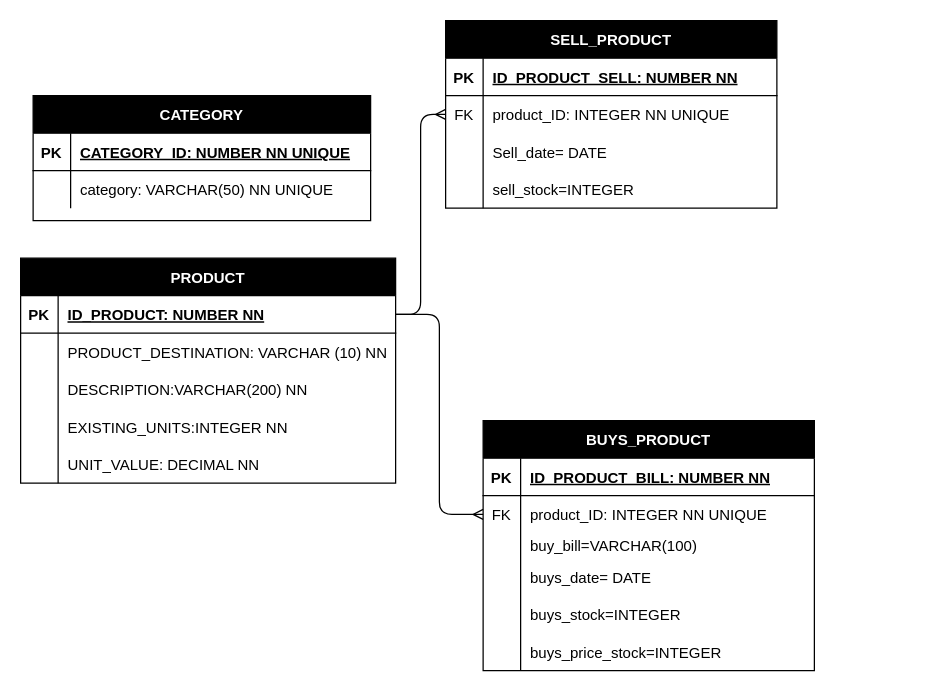
Above: ER.drawio in MatheoArias/api_workshop (draw.io), before the change. Source tidied: cells renumbered, new cells numbered last; positions are measured from the earlier drawing's top-left corner, leaving out a move shared by most shapes. Both pictures are drawn from the tidied source at 125%, with x=0, y=0 at pixel (20, 20).
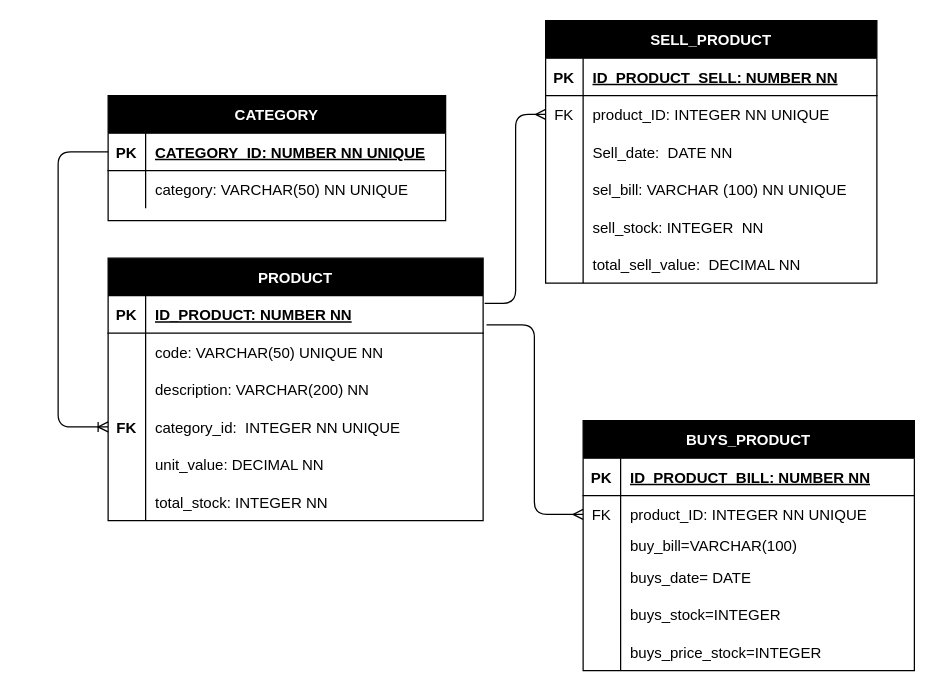
Above is the later version.

Unchanged cells that the change refers to:
```xml
<mxCell id="6" style="shape=partialRectangle;fillColor=none;top=0;left=0;bottom=0;right=0;points=[[0,0.5],[1,0.5]];portConstraint=eastwest;fontColor=#000000;strokeColor=#000000;" parent="2" vertex="1">
  <mxGeometry y="60" width="265" height="30" as="geometry" />
</mxCell>
<mxCell id="22" style="shape=partialRectangle;fillColor=none;top=0;left=0;bottom=1;right=0;points=[[0,0.5],[1,0.5]];portConstraint=eastwest;" parent="21" vertex="1">
  <mxGeometry y="30" width="300" height="30" as="geometry" />
</mxCell>
<mxCell id="25" style="shape=partialRectangle;fillColor=none;top=0;left=0;bottom=0;right=0;fontColor=#000000;strokeColor=#000000;" parent="21" vertex="1">
  <mxGeometry y="60" width="300" height="30" as="geometry" />
</mxCell>
<mxCell id="28" style="shape=partialRectangle;fillColor=none;top=0;left=0;bottom=0;right=0;" parent="21" vertex="1">
  <mxGeometry y="90" width="300" height="30" as="geometry" />
</mxCell>
<mxCell id="31" style="shape=partialRectangle;fillColor=none;top=0;left=0;bottom=0;right=0;points=[[0,0.5],[1,0.5]];portConstraint=eastwest;" parent="21" vertex="1">
  <mxGeometry y="120" width="300" height="30" as="geometry" />
</mxCell>
<mxCell id="34" style="shape=partialRectangle;fillColor=none;top=0;left=0;bottom=0;right=0;" parent="21" vertex="1">
  <mxGeometry y="150" width="300" height="30" as="geometry" />
</mxCell>
<mxCell id="38" style="shape=partialRectangle;fillColor=none;top=0;left=0;bottom=1;right=0;points=[[0,0.5],[1,0.5]];portConstraint=eastwest;" parent="37" vertex="1">
  <mxGeometry y="30" width="270" height="30" as="geometry" />
</mxCell>
<mxCell id="49" style="shape=partialRectangle;fillColor=none;top=0;left=0;bottom=0;right=0;points=[[0,0.5],[1,0.5]];portConstraint=eastwest;fontColor=#000000;strokeColor=#000000;" parent="45" vertex="1">
  <mxGeometry y="60" width="265" height="30" as="geometry" />
</mxCell>
<mxCell id="52" style="shape=partialRectangle;fillColor=none;top=0;left=0;bottom=0;right=0;" parent="45" vertex="1">
  <mxGeometry y="90" width="265" height="30" as="geometry" />
</mxCell>
```

The edit, as a diff of the source:
```diff
@@
     <mxCell id="2" value="BUYS_PRODUCT" style="shape=table;startSize=30;childLayout=tableLayout;rowLines=0;fontStyle=1;align=center;fillColor=#000000;fontColor=#FFFFFF;strokeColor=#000000;" parent="1" vertex="1">
-      <mxGeometry x="370" y="320" width="265" height="200" as="geometry" />
+      <mxGeometry x="450" y="320" width="265" height="200" as="geometry" />
     </mxCell>
@@
     <mxCell id="21" value="PRODUCT" style="shape=table;startSize=30;childLayout=tableLayout;rowLines=0;fontStyle=1;align=center;fillColor=#000000;fontColor=#FFFFFF;strokeColor=#000000;" parent="1" vertex="1">
-      <mxGeometry y="190" width="300" height="180" as="geometry" />
+      <mxGeometry x="70" y="190" width="300" height="210" as="geometry" />
     </mxCell>
@@
-    <mxCell id="27" value="PRODUCT_DESTINATION: VARCHAR (10) NN" style="shape=partialRectangle;fillColor=none;top=0;left=0;bottom=0;right=0;align=left;spacingLeft=6;overflow=hidden;fontColor=#000000;strokeColor=#000000;" parent="25" vertex="1">
+    <mxCell id="27" value="code: VARCHAR(50) UNIQUE NN " style="shape=partialRectangle;fillColor=none;top=0;left=0;bottom=0;right=0;align=left;spacingLeft=6;overflow=hidden;fontColor=#000000;strokeColor=#000000;" parent="25" vertex="1">
       <mxGeometry x="30" width="270" height="30" as="geometry" />
     </mxCell>
@@
-    <mxCell id="30" value="DESCRIPTION:VARCHAR(200) NN" style="shape=partialRectangle;fillColor=none;top=0;left=0;bottom=0;right=0;align=left;spacingLeft=6;overflow=hidden;fontColor=#000000;" parent="28" vertex="1">
+    <mxCell id="30" value="description: VARCHAR(200) NN" style="shape=partialRectangle;fillColor=none;top=0;left=0;bottom=0;right=0;align=left;spacingLeft=6;overflow=hidden;fontColor=#000000;" parent="28" vertex="1">
       <mxGeometry x="30" width="270" height="30" as="geometry" />
     </mxCell>
@@
-    <mxCell id="32" style="shape=partialRectangle;fillColor=none;top=0;left=0;bottom=0;right=0;overflow=hidden;" parent="31" vertex="1">
+    <mxCell id="32" value="FK" style="shape=partialRectangle;fillColor=none;top=0;left=0;bottom=0;right=0;overflow=hidden;fontColor=#000000;fontStyle=1;" parent="31" vertex="1">
       <mxGeometry width="30" height="30" as="geometry" />
     </mxCell>
-    <mxCell id="33" value="EXISTING_UNITS:INTEGER NN" style="shape=partialRectangle;fillColor=none;top=0;left=0;bottom=0;right=0;align=left;spacingLeft=6;overflow=hidden;fontColor=#000000;" parent="31" vertex="1">
+    <mxCell id="33" value="category_id:  INTEGER NN UNIQUE " style="shape=partialRectangle;fillColor=none;top=0;left=0;bottom=0;right=0;align=left;spacingLeft=6;overflow=hidden;fontColor=#000000;" parent="31" vertex="1">
       <mxGeometry x="30" width="270" height="30" as="geometry" />
     </mxCell>
@@
-    <mxCell id="36" value="UNIT_VALUE: DECIMAL NN" style="shape=partialRectangle;fillColor=none;top=0;left=0;bottom=0;right=0;align=left;spacingLeft=6;overflow=hidden;fontColor=#000000;" parent="34" vertex="1">
+    <mxCell id="36" value="unit_value: DECIMAL NN" style="shape=partialRectangle;fillColor=none;top=0;left=0;bottom=0;right=0;align=left;spacingLeft=6;overflow=hidden;fontColor=#000000;" parent="34" vertex="1">
       <mxGeometry x="30" width="270" height="30" as="geometry" />
     </mxCell>
+    <mxCell id="59" style="shape=tableRow;horizontal=0;startSize=0;swimlaneHead=0;swimlaneBody=0;fillColor=none;top=0;left=0;right=0;bottom=0;strokeColor=#000000;fontColor=#000000;" parent="21" vertex="1">
+      <mxGeometry y="180" width="300" height="30" as="geometry" />
+    </mxCell>
+    <mxCell id="60" style="shape=partialRectangle;fillColor=none;top=0;left=0;bottom=0;right=0;overflow=hidden;strokeColor=#000000;fontColor=#000000;" parent="59" vertex="1">
+      <mxGeometry width="30" height="30" as="geometry" />
+    </mxCell>
+    <mxCell id="61" value="total_stock: INTEGER NN " style="shape=partialRectangle;fillColor=none;top=0;left=0;bottom=0;right=0;align=left;spacingLeft=6;overflow=hidden;strokeColor=#000000;fontColor=#000000;" parent="59" vertex="1">
+      <mxGeometry x="30" width="270" height="30" as="geometry" />
+    </mxCell>
     <mxCell id="37" value="CATEGORY" style="shape=table;startSize=30;childLayout=tableLayout;rowLines=0;fontStyle=1;align=center;fillColor=#000000;fontColor=#FFFFFF;strokeColor=#000000;" parent="1" vertex="1">
-      <mxGeometry x="10" y="60" width="270" height="100" as="geometry" />
+      <mxGeometry x="70" y="60" width="270" height="100" as="geometry" />
     </mxCell>
@@
-    <mxCell id="44" style="edgeStyle=elbowEdgeStyle;fontSize=12;html=1;endArrow=ERmany;entryX=0;entryY=0.5;entryDx=0;entryDy=0;exitX=1;exitY=0.5;exitDx=0;exitDy=0;strokeColor=#000000;" parent="1" edge="1" source="22" target="6">
+    <mxCell id="44" style="edgeStyle=elbowEdgeStyle;fontSize=12;html=1;endArrow=ERmany;entryX=0;entryY=0.5;entryDx=0;entryDy=0;exitX=1.009;exitY=0.78;exitDx=0;exitDy=0;strokeColor=#000000;exitPerimeter=0;" parent="1" edge="1" source="22" target="6">
       <mxGeometry relative="1" as="geometry" />
     </mxCell>
     <mxCell id="45" value="SELL_PRODUCT" style="shape=table;startSize=30;childLayout=tableLayout;rowLines=0;fontStyle=1;align=center;fillColor=#000000;fontColor=#FFFFFF;strokeColor=#000000;" parent="1" vertex="1">
-      <mxGeometry x="340" width="265" height="150" as="geometry" />
+      <mxGeometry x="420" width="265" height="210" as="geometry" />
     </mxCell>
@@
-    <mxCell id="54" value="Sell_date= DATE " style="shape=partialRectangle;fillColor=none;top=0;left=0;bottom=0;right=0;align=left;spacingLeft=6;overflow=hidden;fontColor=#000000;" parent="52" vertex="1">
+    <mxCell id="54" value="Sell_date:  DATE NN" style="shape=partialRectangle;fillColor=none;top=0;left=0;bottom=0;right=0;align=left;spacingLeft=6;overflow=hidden;fontColor=#000000;" parent="52" vertex="1">
       <mxGeometry x="30" width="235" height="30" as="geometry" />
     </mxCell>
+    <mxCell id="62" style="shape=tableRow;horizontal=0;startSize=0;swimlaneHead=0;swimlaneBody=0;fillColor=none;top=0;left=0;right=0;bottom=0;" parent="45" vertex="1">
+      <mxGeometry y="120" width="265" height="30" as="geometry" />
+    </mxCell>
+    <mxCell id="63" style="shape=partialRectangle;fillColor=none;top=0;left=0;bottom=0;right=0;overflow=hidden;" parent="62" vertex="1">
+      <mxGeometry width="30" height="30" as="geometry" />
+    </mxCell>
+    <mxCell id="64" value="sel_bill: VARCHAR (100) NN UNIQUE" style="shape=partialRectangle;fillColor=none;top=0;left=0;bottom=0;right=0;align=left;spacingLeft=6;overflow=hidden;strokeColor=#000000;fontColor=#000000;" parent="62" vertex="1">
+      <mxGeometry x="30" width="235" height="30" as="geometry" />
+    </mxCell>
     <mxCell id="55" style="shape=partialRectangle;fillColor=none;top=0;left=0;bottom=0;right=0;fontColor=#000000;strokeColor=#000000;" parent="45" vertex="1">
-      <mxGeometry y="120" width="265" height="30" as="geometry" />
+      <mxGeometry y="150" width="265" height="30" as="geometry" />
     </mxCell>
@@
-    <mxCell id="57" value="sell_stock=INTEGER " style="shape=partialRectangle;fillColor=none;top=0;left=0;bottom=0;right=0;align=left;spacingLeft=6;overflow=hidden;fontColor=#000000;strokeColor=#000000;" parent="55" vertex="1">
+    <mxCell id="57" value="sell_stock: INTEGER  NN" style="shape=partialRectangle;fillColor=none;top=0;left=0;bottom=0;right=0;align=left;spacingLeft=6;overflow=hidden;fontColor=#000000;strokeColor=#000000;" parent="55" vertex="1">
       <mxGeometry x="30" width="235" height="30" as="geometry" />
     </mxCell>
+    <mxCell id="65" style="shape=tableRow;horizontal=0;startSize=0;swimlaneHead=0;swimlaneBody=0;fillColor=none;top=0;left=0;right=0;bottom=0;strokeColor=#000000;fontColor=#000000;" parent="45" vertex="1">
+      <mxGeometry y="180" width="265" height="30" as="geometry" />
+    </mxCell>
+    <mxCell id="66" style="shape=partialRectangle;fillColor=none;top=0;left=0;bottom=0;right=0;overflow=hidden;strokeColor=#000000;fontColor=#000000;" parent="65" vertex="1">
+      <mxGeometry width="30" height="30" as="geometry" />
+    </mxCell>
+    <mxCell id="67" value="total_sell_value:  DECIMAL NN" style="shape=partialRectangle;fillColor=none;top=0;left=0;bottom=0;right=0;align=left;spacingLeft=6;overflow=hidden;strokeColor=#000000;fontColor=#000000;" parent="65" vertex="1">
+      <mxGeometry x="30" width="235" height="30" as="geometry" />
+    </mxCell>
-    <mxCell id="58" style="edgeStyle=elbowEdgeStyle;fontSize=12;html=1;endArrow=ERmany;strokeColor=#000000;entryX=0;entryY=0.5;entryDx=0;entryDy=0;exitX=1;exitY=0.5;exitDx=0;exitDy=0;" parent="1" edge="1" source="22" target="49">
+    <mxCell id="58" style="edgeStyle=elbowEdgeStyle;fontSize=12;html=1;endArrow=ERmany;strokeColor=#000000;entryX=0;entryY=0.5;entryDx=0;entryDy=0;exitX=1.004;exitY=0.204;exitDx=0;exitDy=0;exitPerimeter=0;" parent="1" edge="1" source="22" target="49">
       <mxGeometry relative="1" as="geometry" />
     </mxCell>
+    <mxCell id="68" style="edgeStyle=elbowEdgeStyle;fontSize=12;html=1;endArrow=ERoneToMany;fontColor=#000000;strokeColor=#000000;entryX=0;entryY=0.5;entryDx=0;entryDy=0;exitX=0;exitY=0.5;exitDx=0;exitDy=0;" parent="1" edge="1" source="38" target="31">
+      <mxGeometry relative="1" as="geometry">
+        <Array as="points">
+          <mxPoint x="30" y="240" />
+        </Array>
+      </mxGeometry>
+    </mxCell>
```
